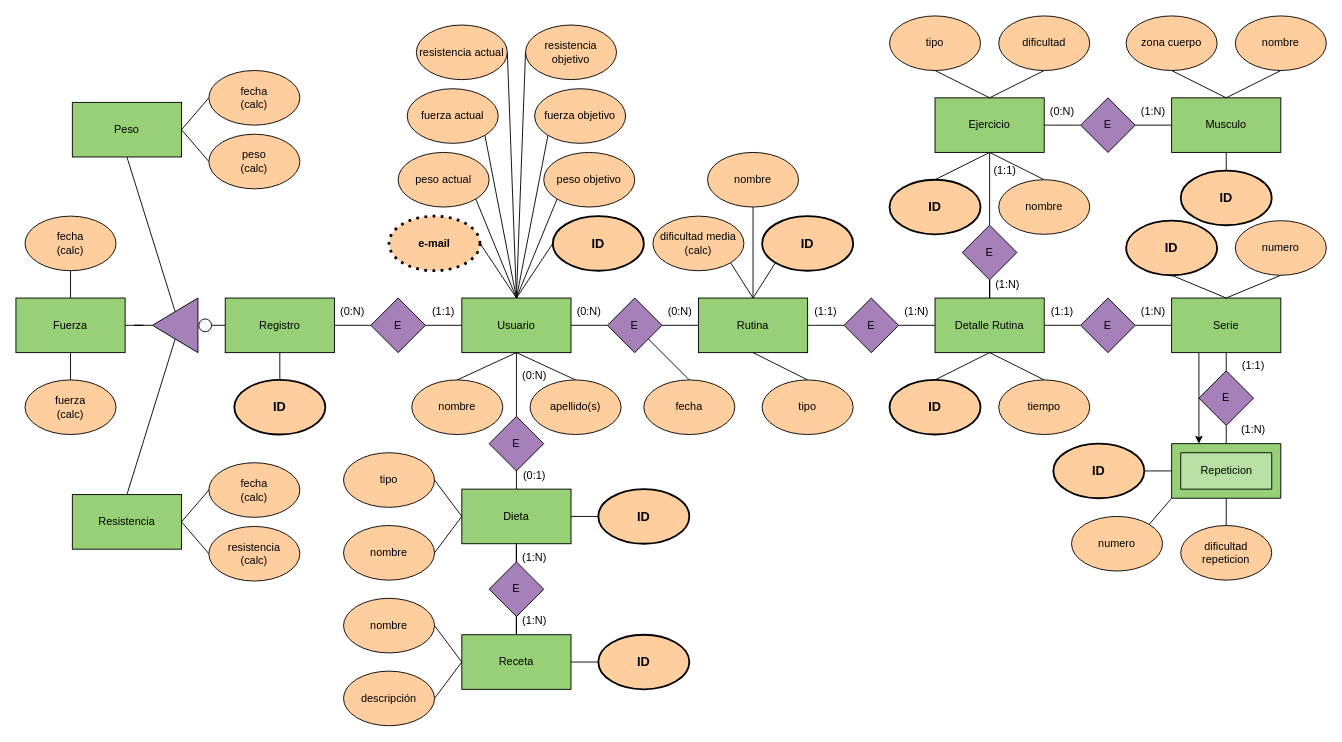
Before: drawio/Grupo 8 ER Grupo 7.drawio in DiEgOfercri/Modelos-BBDD, a draw.io diagram. Source tidied: cells renumbered, new cells numbered last; positions are measured from the earlier drawing's top-left corner, leaving out a move shared by most shapes. Both pictures are drawn from the tidied source at 91%, with x=0, y=0 at pixel (15, 15).
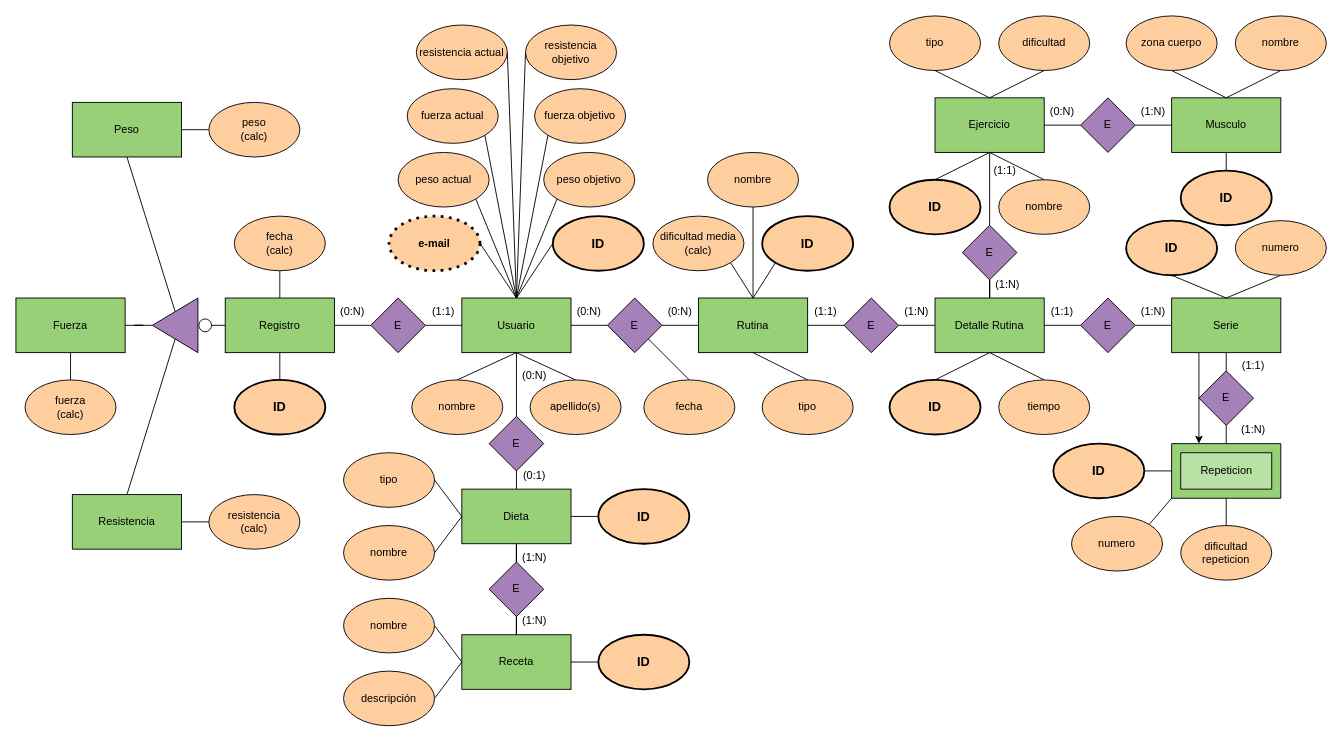
The same diagram, later.

The change refers to these unchanged cells:
```xml
<mxCell id="9" value="Peso" style="rounded=0;whiteSpace=wrap;html=1;fillColor=#97D077;" parent="1" vertex="1">
  <mxGeometry x="62" y="95" width="120" height="60" as="geometry" />
</mxCell>
<mxCell id="30" value="Registro" style="rounded=0;whiteSpace=wrap;html=1;fillColor=#97D077;" parent="1" vertex="1">
  <mxGeometry x="230" y="310" width="120" height="60" as="geometry" />
</mxCell>
<mxCell id="31" value="Resistencia" style="rounded=0;whiteSpace=wrap;html=1;fillColor=#97D077;" parent="1" vertex="1">
  <mxGeometry x="62" y="526" width="120" height="60" as="geometry" />
</mxCell>
<mxCell id="120" value="Fuerza" style="rounded=0;whiteSpace=wrap;html=1;fillColor=#97D077;" parent="1" vertex="1">
  <mxGeometry y="310" width="120" height="60" as="geometry" />
</mxCell>
```

Change to the diagram source:
```diff
@@
-    <mxCell id="32" style="rounded=0;jettySize=auto;html=1;exitX=0;exitY=0.5;exitDx=0;exitDy=0;entryX=1;entryY=0.5;entryDx=0;entryDy=0;endArrow=none;endFill=0;" parent="1" edge="1" source="33" target="9">
-      <mxGeometry relative="1" as="geometry" />
-    </mxCell>
-    <mxCell id="33" value="fecha&lt;br&gt;(calc)" style="ellipse;whiteSpace=wrap;html=1;fillColor=#FFCE9F;" parent="1" vertex="1">
-      <mxGeometry x="212" y="60" width="100" height="60" as="geometry" />
-    </mxCell>
@@
     <mxCell id="35" value="peso&lt;br&gt;(calc)" style="ellipse;whiteSpace=wrap;html=1;fillColor=#FFCE9F;" parent="1" vertex="1">
-      <mxGeometry x="212" y="130" width="100" height="60" as="geometry" />
+      <mxGeometry x="212" y="95" width="100" height="60" as="geometry" />
     </mxCell>
-    <mxCell id="36" value="fecha&lt;br&gt;(calc)" style="ellipse;whiteSpace=wrap;html=1;fillColor=#FFCE9F;" parent="1" vertex="1">
-      <mxGeometry x="10" y="220" width="100" height="60" as="geometry" />
-    </mxCell>
@@
-    <mxCell id="38" style="rounded=0;jettySize=auto;html=1;exitX=0;exitY=0.5;exitDx=0;exitDy=0;entryX=1;entryY=0.5;entryDx=0;entryDy=0;endArrow=none;endFill=0;" parent="1" edge="1" source="39" target="31">
-      <mxGeometry relative="1" as="geometry" />
-    </mxCell>
+    <mxCell id="152" style="edgeStyle=orthogonalEdgeStyle;rounded=0;jettySize=auto;html=1;exitX=0.5;exitY=1;exitDx=0;exitDy=0;entryX=0.5;entryY=0;entryDx=0;entryDy=0;endArrow=none;endFill=0;" parent="1" edge="1" source="39" target="30">
+      <mxGeometry relative="1" as="geometry" />
+    </mxCell>
     <mxCell id="39" value="fecha&lt;br&gt;(calc)" style="ellipse;whiteSpace=wrap;html=1;fillColor=#FFCE9F;" parent="1" vertex="1">
-      <mxGeometry x="212" y="491" width="100" height="60" as="geometry" />
+      <mxGeometry x="240" y="220" width="100" height="60" as="geometry" />
     </mxCell>
@@
     <mxCell id="41" value="resistencia&lt;br&gt;(calc)" style="ellipse;whiteSpace=wrap;html=1;fillColor=#FFCE9F;" parent="1" vertex="1">
-      <mxGeometry x="212" y="561" width="100" height="60" as="geometry" />
+      <mxGeometry x="212" y="526" width="100" height="60" as="geometry" />
     </mxCell>
@@
-    <mxCell id="128" style="rounded=0;jettySize=auto;html=1;exitX=0.5;exitY=1;exitDx=0;exitDy=0;entryX=0.5;entryY=0;entryDx=0;entryDy=0;endArrow=none;endFill=0;" parent="1" edge="1" source="36" target="120">
-      <mxGeometry relative="1" as="geometry" />
-    </mxCell>
```
